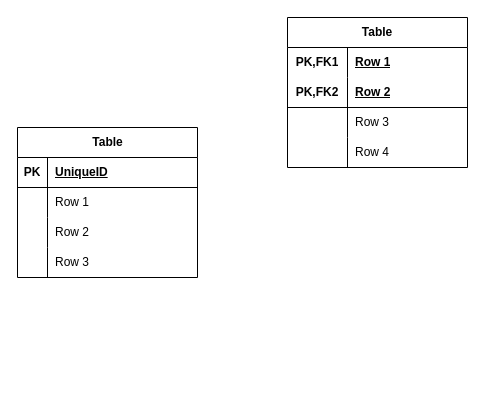
us-ja/Data_Management keeps this draw.io diagram as Homework2/DM-HW2_Janis_Waser_Cuihan_Zhang.drawio. Above is the earlier version. Source tidied: cells renumbered, new cells numbered last; positions are measured from the earlier drawing's top-left corner, leaving out a move shared by most shapes. Both pictures are drawn from the tidied source at 100%, with x=0, y=0 at pixel (17, 17).
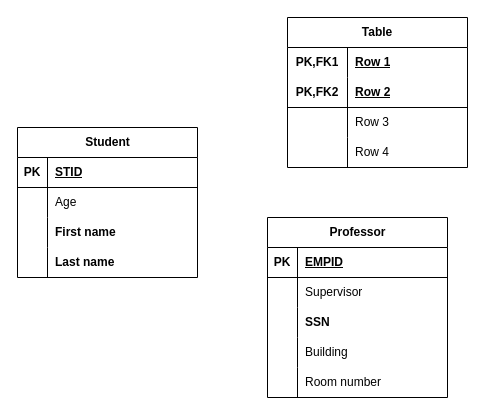
Above is the later version.

Unchanged cells that the change refers to:
```xml
<mxCell id="3" style="shape=tableRow;horizontal=0;startSize=0;swimlaneHead=0;swimlaneBody=0;fillColor=none;top=0;left=0;right=0;bottom=1;" parent="2" vertex="1">
  <mxGeometry y="30" width="180" height="30" as="geometry" />
</mxCell>
<mxCell id="6" style="shape=tableRow;horizontal=0;startSize=0;swimlaneHead=0;swimlaneBody=0;fillColor=none;top=0;left=0;right=0;bottom=0;" parent="2" vertex="1">
  <mxGeometry y="60" width="180" height="30" as="geometry" />
</mxCell>
<mxCell id="9" style="shape=tableRow;horizontal=0;startSize=0;swimlaneHead=0;swimlaneBody=0;fillColor=none;top=0;left=0;right=0;bottom=0;" parent="2" vertex="1">
  <mxGeometry y="90" width="180" height="30" as="geometry" />
</mxCell>
<mxCell id="12" style="shape=tableRow;horizontal=0;startSize=0;swimlaneHead=0;swimlaneBody=0;fillColor=none;top=0;left=0;right=0;bottom=0;" parent="2" vertex="1">
  <mxGeometry y="120" width="180" height="30" as="geometry" />
</mxCell>
```

Change to the diagram source:
```diff
@@
-    <mxCell id="2" value="Table" style="shape=table;startSize=30;childLayout=tableLayout;rowLines=0;fontStyle=1;align=center;html=1;" parent="1" vertex="1">
+    <mxCell id="2" value="Student" style="shape=table;startSize=30;childLayout=tableLayout;rowLines=0;fontStyle=1;align=center;html=1;" parent="1" vertex="1">
       <mxGeometry y="110" width="180" height="150" as="geometry" />
     </mxCell>
@@
-    <mxCell id="5" value="UniqueID" style="shape=partialRectangle;fillColor=none;top=0;left=0;bottom=0;right=0;align=left;spacingLeft=6;fontStyle=5;overflow=hidden;whiteSpace=wrap;html=1;" parent="3" vertex="1">
+    <mxCell id="5" value="STID" style="shape=partialRectangle;fillColor=none;top=0;left=0;bottom=0;right=0;align=left;spacingLeft=6;fontStyle=5;overflow=hidden;whiteSpace=wrap;html=1;" parent="3" vertex="1">
       <mxGeometry x="30" width="150" height="30" as="geometry" />
     </mxCell>
@@
-    <mxCell id="8" value="Row 1" style="shape=partialRectangle;fillColor=none;top=0;left=0;bottom=0;right=0;align=left;spacingLeft=6;overflow=hidden;whiteSpace=wrap;html=1;" parent="6" vertex="1">
+    <mxCell id="8" value="Age" style="shape=partialRectangle;fillColor=none;top=0;left=0;bottom=0;right=0;align=left;spacingLeft=6;overflow=hidden;whiteSpace=wrap;html=1;" parent="6" vertex="1">
       <mxGeometry x="30" width="150" height="30" as="geometry" />
     </mxCell>
@@
-    <mxCell id="11" value="Row 2" style="shape=partialRectangle;fillColor=none;top=0;left=0;bottom=0;right=0;align=left;spacingLeft=6;overflow=hidden;whiteSpace=wrap;html=1;" parent="9" vertex="1">
+    <mxCell id="11" value="&lt;b&gt;First name&lt;/b&gt;" style="shape=partialRectangle;fillColor=none;top=0;left=0;bottom=0;right=0;align=left;spacingLeft=6;overflow=hidden;whiteSpace=wrap;html=1;" parent="9" vertex="1">
       <mxGeometry x="30" width="150" height="30" as="geometry" />
     </mxCell>
@@
-    <mxCell id="14" value="Row 3" style="shape=partialRectangle;fillColor=none;top=0;left=0;bottom=0;right=0;align=left;spacingLeft=6;overflow=hidden;whiteSpace=wrap;html=1;" parent="12" vertex="1">
+    <mxCell id="14" value="&lt;b&gt;Last name&lt;/b&gt;" style="shape=partialRectangle;fillColor=none;top=0;left=0;bottom=0;right=0;align=left;spacingLeft=6;overflow=hidden;whiteSpace=wrap;html=1;" parent="12" vertex="1">
       <mxGeometry x="30" width="150" height="30" as="geometry" />
     </mxCell>
@@
+    <mxCell id="28" value="Professor" style="shape=table;startSize=30;childLayout=tableLayout;rowLines=0;fontStyle=1;align=center;html=1;" parent="1" vertex="1">
+      <mxGeometry x="250" y="200" width="180" height="180" as="geometry" />
+    </mxCell>
+    <mxCell id="29" style="shape=tableRow;horizontal=0;startSize=0;swimlaneHead=0;swimlaneBody=0;fillColor=none;top=0;left=0;right=0;bottom=1;" parent="28" vertex="1">
+      <mxGeometry y="30" width="180" height="30" as="geometry" />
+    </mxCell>
+    <mxCell id="30" value="PK" style="shape=partialRectangle;fillColor=none;top=0;left=0;bottom=0;right=0;fontStyle=1;overflow=hidden;whiteSpace=wrap;html=1;" parent="29" vertex="1">
+      <mxGeometry width="30" height="30" as="geometry" />
+    </mxCell>
+    <mxCell id="31" value="EMPID" style="shape=partialRectangle;fillColor=none;top=0;left=0;bottom=0;right=0;align=left;spacingLeft=6;fontStyle=5;overflow=hidden;whiteSpace=wrap;html=1;" parent="29" vertex="1">
+      <mxGeometry x="30" width="150" height="30" as="geometry" />
+    </mxCell>
+    <mxCell id="32" style="shape=tableRow;horizontal=0;startSize=0;swimlaneHead=0;swimlaneBody=0;fillColor=none;top=0;left=0;right=0;bottom=0;" parent="28" vertex="1">
+      <mxGeometry y="60" width="180" height="30" as="geometry" />
+    </mxCell>
+    <mxCell id="33" style="shape=partialRectangle;fillColor=none;top=0;left=0;bottom=0;right=0;overflow=hidden;whiteSpace=wrap;html=1;" parent="32" vertex="1">
+      <mxGeometry width="30" height="30" as="geometry" />
+    </mxCell>
+    <mxCell id="34" value="Supervisor" style="shape=partialRectangle;fillColor=none;top=0;left=0;bottom=0;right=0;align=left;spacingLeft=6;overflow=hidden;whiteSpace=wrap;html=1;" parent="32" vertex="1">
+      <mxGeometry x="30" width="150" height="30" as="geometry" />
+    </mxCell>
+    <mxCell id="35" style="shape=tableRow;horizontal=0;startSize=0;swimlaneHead=0;swimlaneBody=0;fillColor=none;top=0;left=0;right=0;bottom=0;" parent="28" vertex="1">
+      <mxGeometry y="90" width="180" height="30" as="geometry" />
+    </mxCell>
+    <mxCell id="36" style="shape=partialRectangle;fillColor=none;top=0;left=0;bottom=0;right=0;overflow=hidden;whiteSpace=wrap;html=1;" parent="35" vertex="1">
+      <mxGeometry width="30" height="30" as="geometry" />
+    </mxCell>
+    <mxCell id="37" value="&lt;b&gt;SSN&lt;/b&gt;" style="shape=partialRectangle;fillColor=none;top=0;left=0;bottom=0;right=0;align=left;spacingLeft=6;overflow=hidden;whiteSpace=wrap;html=1;" parent="35" vertex="1">
+      <mxGeometry x="30" width="150" height="30" as="geometry" />
+    </mxCell>
+    <mxCell id="38" style="shape=tableRow;horizontal=0;startSize=0;swimlaneHead=0;swimlaneBody=0;fillColor=none;top=0;left=0;right=0;bottom=0;" parent="28" vertex="1">
+      <mxGeometry y="120" width="180" height="30" as="geometry" />
+    </mxCell>
+    <mxCell id="39" style="shape=partialRectangle;fillColor=none;top=0;left=0;bottom=0;right=0;overflow=hidden;whiteSpace=wrap;html=1;" parent="38" vertex="1">
+      <mxGeometry width="30" height="30" as="geometry" />
+    </mxCell>
+    <mxCell id="40" value="Building" style="shape=partialRectangle;fillColor=none;top=0;left=0;bottom=0;right=0;align=left;spacingLeft=6;overflow=hidden;whiteSpace=wrap;html=1;" parent="38" vertex="1">
+      <mxGeometry x="30" width="150" height="30" as="geometry" />
+    </mxCell>
+    <mxCell id="41" style="shape=tableRow;horizontal=0;startSize=0;swimlaneHead=0;swimlaneBody=0;fillColor=none;top=0;left=0;right=0;bottom=0;" parent="28" vertex="1">
+      <mxGeometry y="150" width="180" height="30" as="geometry" />
+    </mxCell>
+    <mxCell id="42" style="shape=partialRectangle;fillColor=none;top=0;left=0;bottom=0;right=0;overflow=hidden;whiteSpace=wrap;html=1;" parent="41" vertex="1">
+      <mxGeometry width="30" height="30" as="geometry" />
+    </mxCell>
+    <mxCell id="43" value="Room number" style="shape=partialRectangle;fillColor=none;top=0;left=0;bottom=0;right=0;align=left;spacingLeft=6;overflow=hidden;whiteSpace=wrap;html=1;" parent="41" vertex="1">
+      <mxGeometry x="30" width="150" height="30" as="geometry" />
+    </mxCell>
```
